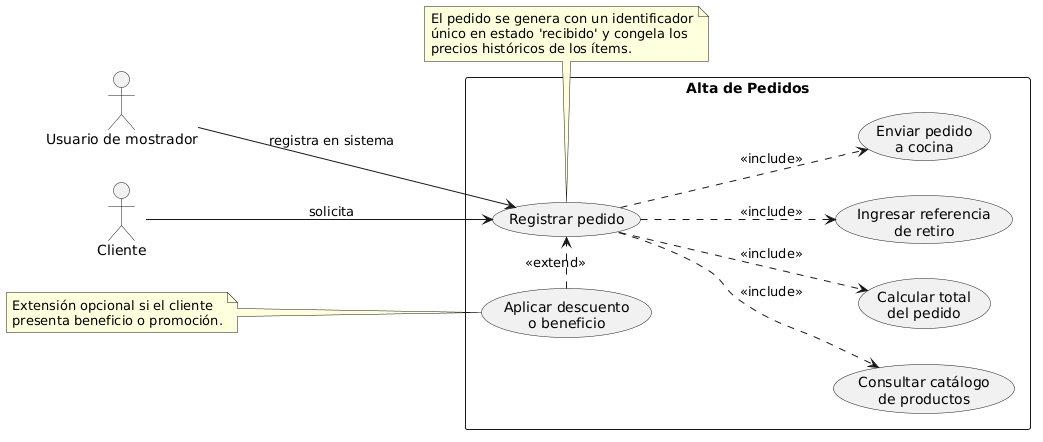
Earlier version of the PlantUML export diagramas/02-casos-de-uso/02-registrar-pedido.png (cmariano93-netizen/SistemaPedidos).
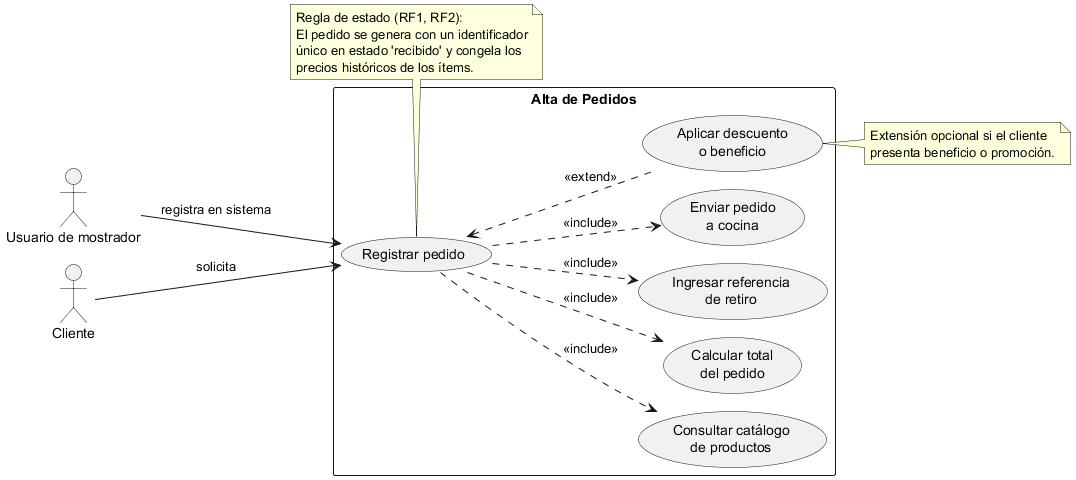
After the commit.

What changed in the source:
```diff
@@ -1,5 +1,8 @@
 @startuml
+!pragma layout smetana
 left to right direction
+skinparam packageStyle rectangle
+skinparam shadowing false
 
 actor "Usuario de mostrador" as Mostrador
 actor "Cliente" as Cliente
@@ -16,19 +19,21 @@
 Cliente --> UC_Registrar : solicita
 Mostrador --> UC_Registrar : registra en sistema
 
-UC_Registrar -d.> UC_Catalogo : <<include>>
-UC_Registrar -d.> UC_Total : <<include>>
-UC_Registrar -d.> UC_Referencia : <<include>>
-UC_Registrar -d.> UC_EnviarCocina : <<include>>
-UC_Descuento .> UC_Registrar : <<extend>>
+UC_Registrar ..> UC_Catalogo : <<include>>
+UC_Registrar ..> UC_Total : <<include>>
+UC_Registrar ..> UC_Referencia : <<include>>
+UC_Registrar ..> UC_EnviarCocina : <<include>>
+
+UC_Registrar <.. UC_Descuento : <<extend>>
 
 note bottom of UC_Registrar
+  Regla de estado (RF1, RF2):
   El pedido se genera con un identificador
   único en estado 'recibido' y congela los
   precios históricos de los ítems.
 end note
 
-note left of UC_Descuento
+note right of UC_Descuento
   Extensión opcional si el cliente
   presenta beneficio o promoción.
 end note
```
